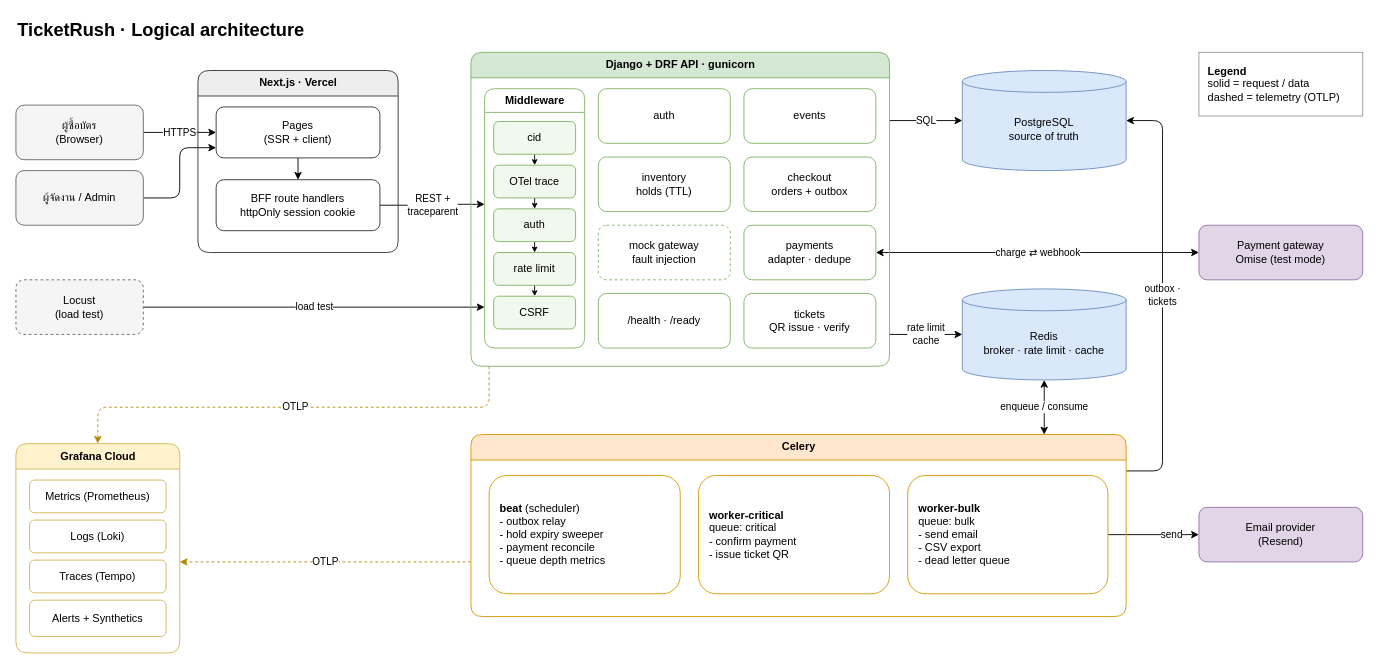
Above: docs/diagrams/architecture.drawio in NaphatJM/ticketrush (draw.io), before the change. Source tidied: cells renumbered, new cells numbered last; positions are measured from the earlier drawing's top-left corner, leaving out a move shared by most shapes. Both pictures are drawn from the tidied source at 91%, with x=0, y=0 at pixel (15, 15).
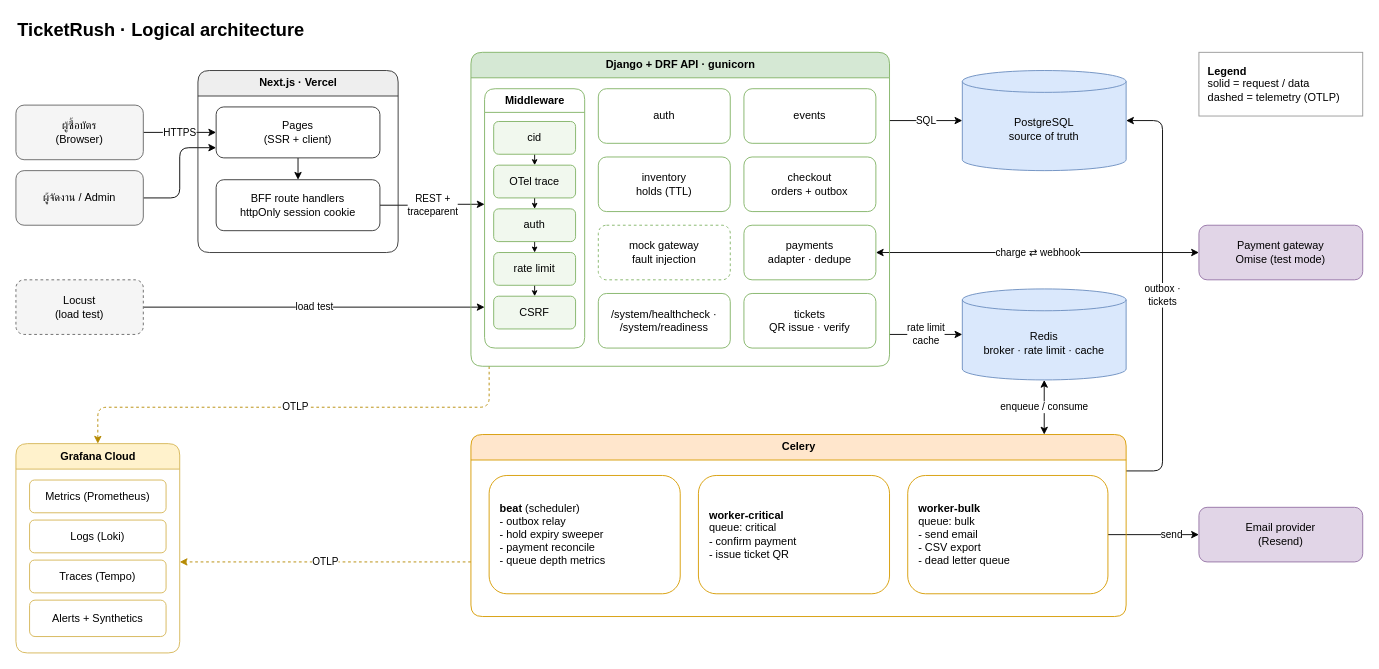
Above is the later version.

The change refers to these unchanged cells:
```xml
<mxCell id="11" value="Django + DRF API · gunicorn" style="swimlane;startSize=28;html=1;rounded=1;fillColor=#d5e8d4;strokeColor=#82b366;fontStyle=1;" parent="2" vertex="1">
  <mxGeometry x="500" y="40" width="460" height="345" as="geometry" />
</mxCell>
```

The edit, as a diff of the source:
```diff
@@
-    <mxCell id="24" value="/health · /ready" style="rounded=1;whiteSpace=wrap;html=1;fillColor=#ffffff;strokeColor=#82b366;" parent="11" vertex="1">
+    <mxCell id="24" value="/system/healthcheck · /system/readiness" style="rounded=1;whiteSpace=wrap;html=1;fillColor=#ffffff;strokeColor=#82b366;" parent="11" vertex="1">
       <mxGeometry x="140" y="265" width="145" height="60" as="geometry" />
     </mxCell>
```
